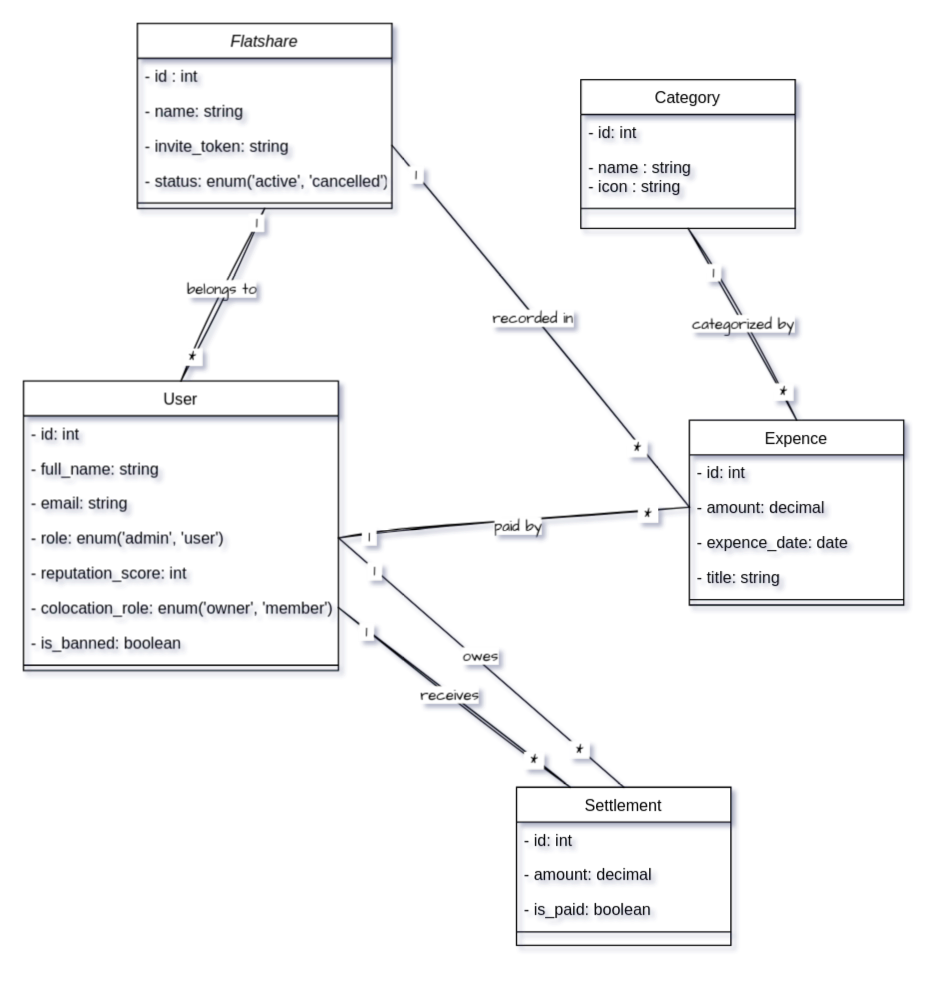
This is conception/class diagram.drawio from alimouad/easy_coloc_laravel, a draw.io file, before an edit. Source tidied: cells renumbered, new cells numbered last; positions are measured from the earlier drawing's top-left corner, leaving out a move shared by most shapes. Both pictures are drawn from the tidied source at 134%, with x=0, y=0 at pixel (23, 23).
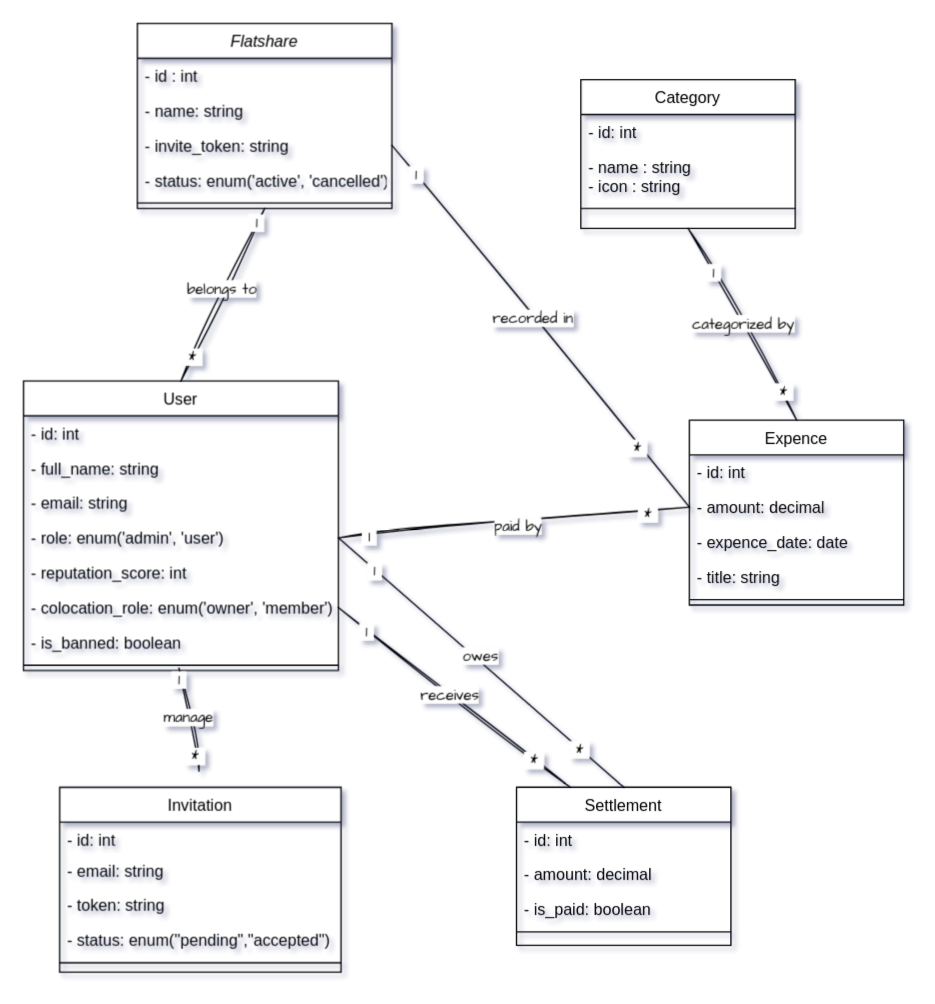
The same diagram, later.

What changed in the source:
```diff
@@
+    <mxCell id="56" value="Invitation" style="swimlane;fontStyle=0;align=center;verticalAlign=top;horizontal=1;startSize=26;rounded=0;shadow=0;strokeWidth=1;" parent="1" vertex="1">
+      <mxGeometry x="27" y="570" width="210" height="138" as="geometry" />
+    </mxCell>
+    <mxCell id="57" value="- id: int" style="text;align=left;verticalAlign=top;spacingLeft=4;spacingRight=4;overflow=hidden;" parent="56" vertex="1">
+      <mxGeometry y="26" width="210" height="23" as="geometry" />
+    </mxCell>
+    <mxCell id="58" value="- email: string" style="text;align=left;verticalAlign=top;spacingLeft=4;spacingRight=4;overflow=hidden;rounded=0;shadow=0;html=0;" parent="56" vertex="1">
+      <mxGeometry y="49" width="210" height="26" as="geometry" />
+    </mxCell>
+    <mxCell id="59" value="- token: string" style="text;align=left;verticalAlign=top;spacingLeft=4;spacingRight=4;overflow=hidden;rounded=0;shadow=0;html=0;" parent="56" vertex="1">
+      <mxGeometry y="75" width="210" height="26" as="geometry" />
+    </mxCell>
+    <mxCell id="60" value="- status: enum(''pending&quot;,&quot;accepted&quot;)" style="text;align=left;verticalAlign=top;spacingLeft=4;spacingRight=4;overflow=hidden;rounded=0;shadow=0;html=0;" parent="56" vertex="1">
+      <mxGeometry y="101" width="210" height="26" as="geometry" />
+    </mxCell>
+    <mxCell id="61" style="line;html=1;strokeWidth=1;align=left;verticalAlign=middle;spacingTop=-1;spacingLeft=3;spacingRight=3;labelPosition=right;" parent="56" vertex="1">
+      <mxGeometry y="127" width="210" height="8" as="geometry" />
+    </mxCell>
+    <mxCell id="62" style="endArrow=none;html=1;rounded=0;sketch=1;hachureGap=4;jiggle=2;curveFitting=1;fontFamily=Architects Daughter;entryX=1;entryY=0.5;entryDx=0;entryDy=0;" parent="1" edge="1">
+      <mxGeometry relative="1" as="geometry">
+        <mxPoint x="131" y="558" as="sourcePoint" />
+        <mxPoint x="116" y="481" as="targetPoint" />
+      </mxGeometry>
+    </mxCell>
+    <mxCell id="63" value="&amp;nbsp;1&amp;nbsp;" style="edgeLabel;html=1;align=center;verticalAlign=middle;sketch=1;hachureGap=4;jiggle=2;curveFitting=1;fontFamily=Architects Daughter;" parent="62" vertex="1">
+      <mxGeometry x="0.75" y="4" relative="1" as="geometry">
+        <mxPoint x="2" y="-2" as="offset" />
+      </mxGeometry>
+    </mxCell>
+    <mxCell id="64" value="&amp;nbsp;*&amp;nbsp;" style="edgeLabel;html=1;align=center;verticalAlign=middle;sketch=1;hachureGap=4;jiggle=2;curveFitting=1;fontFamily=Architects Daughter;" parent="62" vertex="1">
+      <mxGeometry x="-0.69" y="1" relative="1" as="geometry" />
+    </mxCell>
+    <mxCell id="65" value="manage" style="edgeLabel;html=1;align=center;verticalAlign=middle;sketch=1;hachureGap=4;jiggle=2;curveFitting=1;fontFamily=Architects Daughter;" parent="62" vertex="1">
+      <mxGeometry x="0.04" y="1" relative="1" as="geometry" />
+    </mxCell>
```
